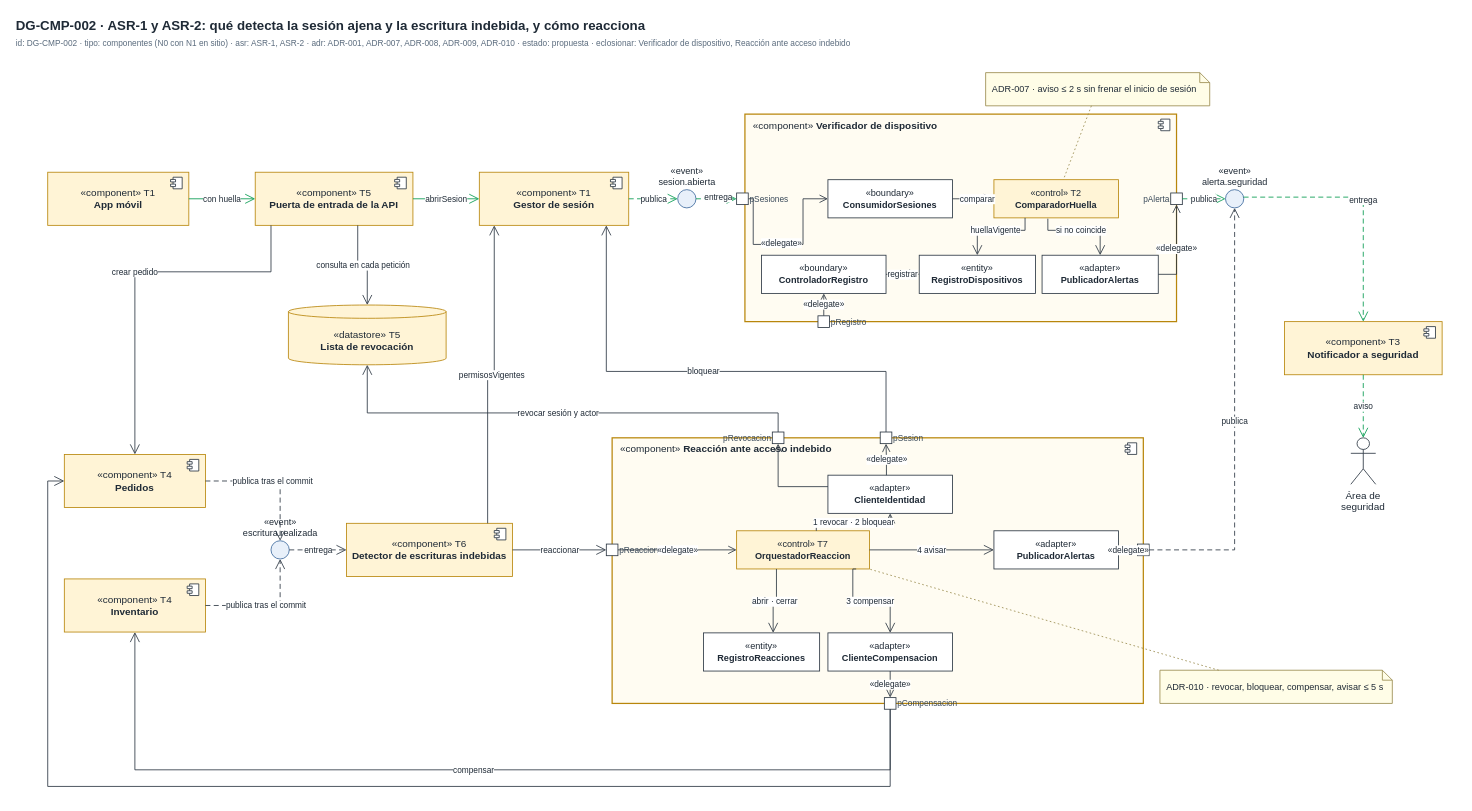
Above: page "DG-CMP-002 · Seguridad" (2 of 3) of docs/modelos/drawio/vista-componentes.drawio in MATI-MBIT/arqsoft-reto-2 (draw.io), before the change. Source tidied: cells renumbered, new cells numbered last; positions are measured from the earlier drawing's top-left corner, leaving out a move shared by most shapes. Both pictures are drawn from the tidied source at 83%, with x=0, y=0 at pixel (14, 14).
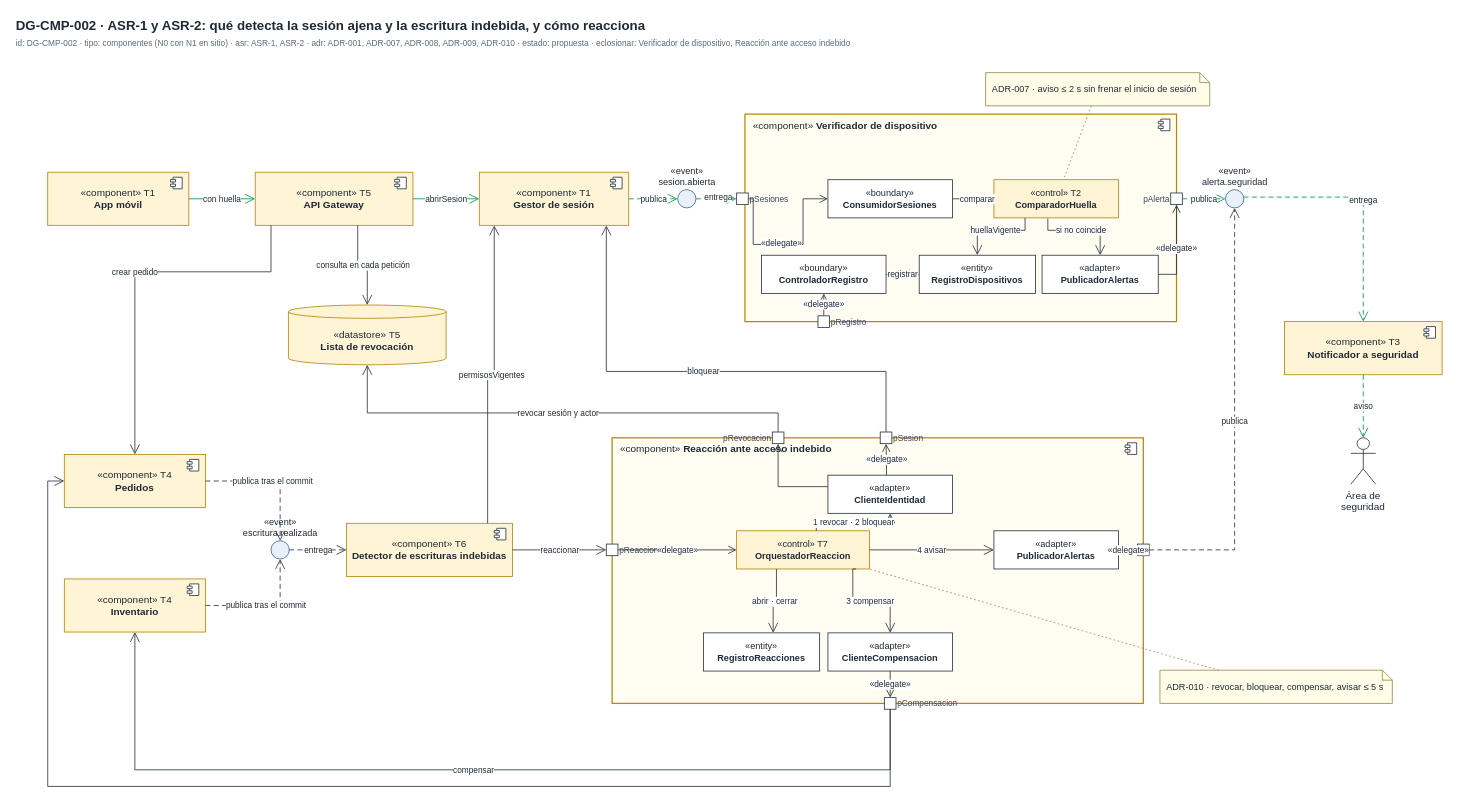
After the change.

Diff of the diagram source:
```diff
@@
-    <mxCell id="6" value="«component» T5&lt;br&gt;&lt;b&gt;Puerta de entrada de la API&lt;/b&gt;" style="rounded=0;html=1;whiteSpace=wrap;fillColor=#FFF4D6;strokeColor=#B8860B;fontFamily=Helvetica;fontSize=12;fontColor=#1F2A36;" parent="1" vertex="1">
+    <mxCell id="6" value="«component» T5&lt;br&gt;&lt;b&gt;API Gateway&lt;/b&gt;" style="rounded=0;html=1;whiteSpace=wrap;fillColor=#FFF4D6;strokeColor=#B8860B;fontFamily=Helvetica;fontSize=12;fontColor=#1F2A36;" parent="1" vertex="1">
       <mxGeometry x="290" y="190" width="190" height="64" as="geometry" />
     </mxCell>
```
